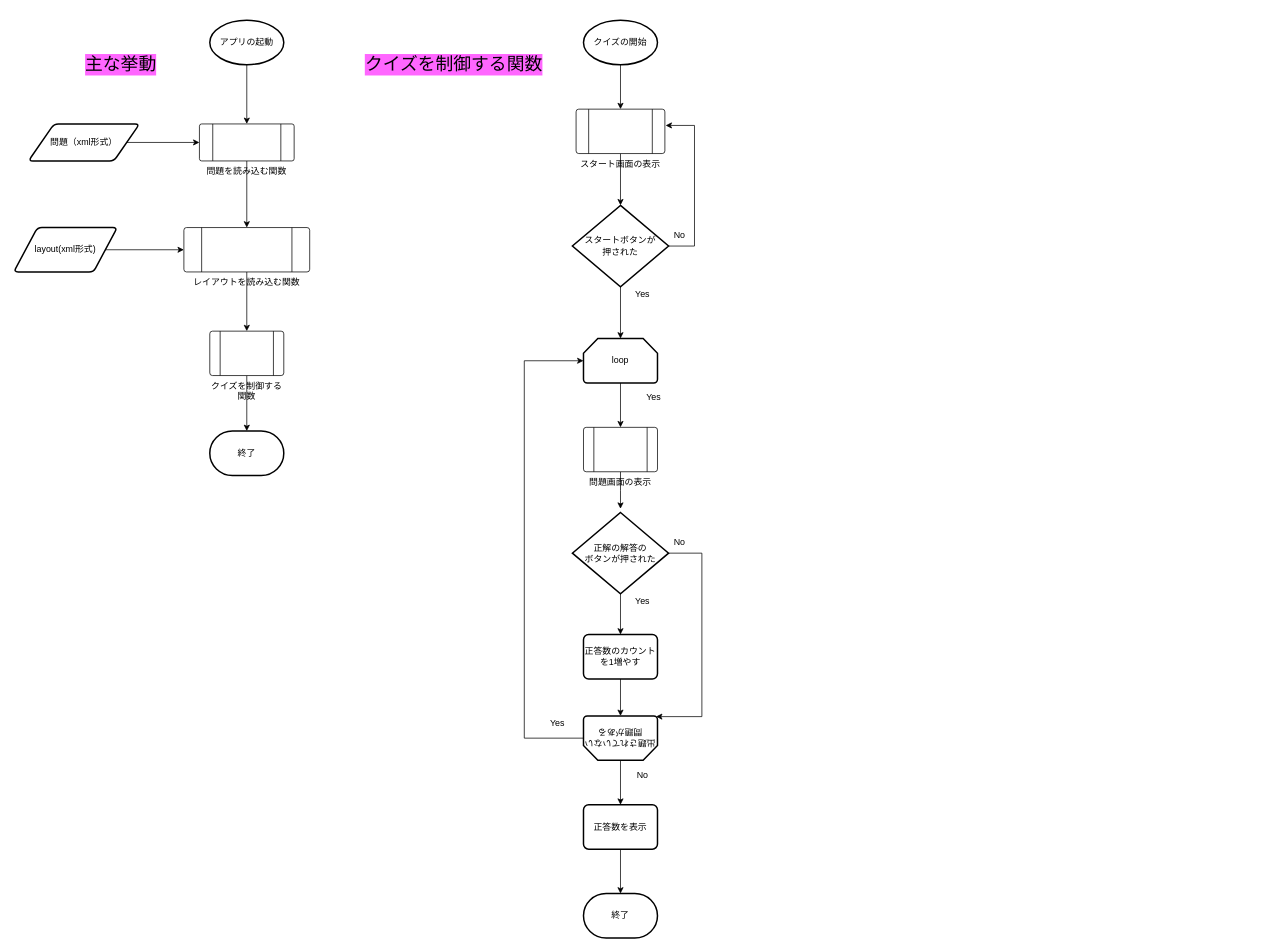
Above: DesignPropasal/FlowChart.drawio in Ochiai-Yuta/QuQuizApp (draw.io), before the change. Source tidied: cells renumbered, new cells numbered last; positions are measured from the earlier drawing's top-left corner, leaving out a move shared by most shapes. Both pictures are drawn from the tidied source at 74%, with x=0, y=0 at pixel (13, 20).
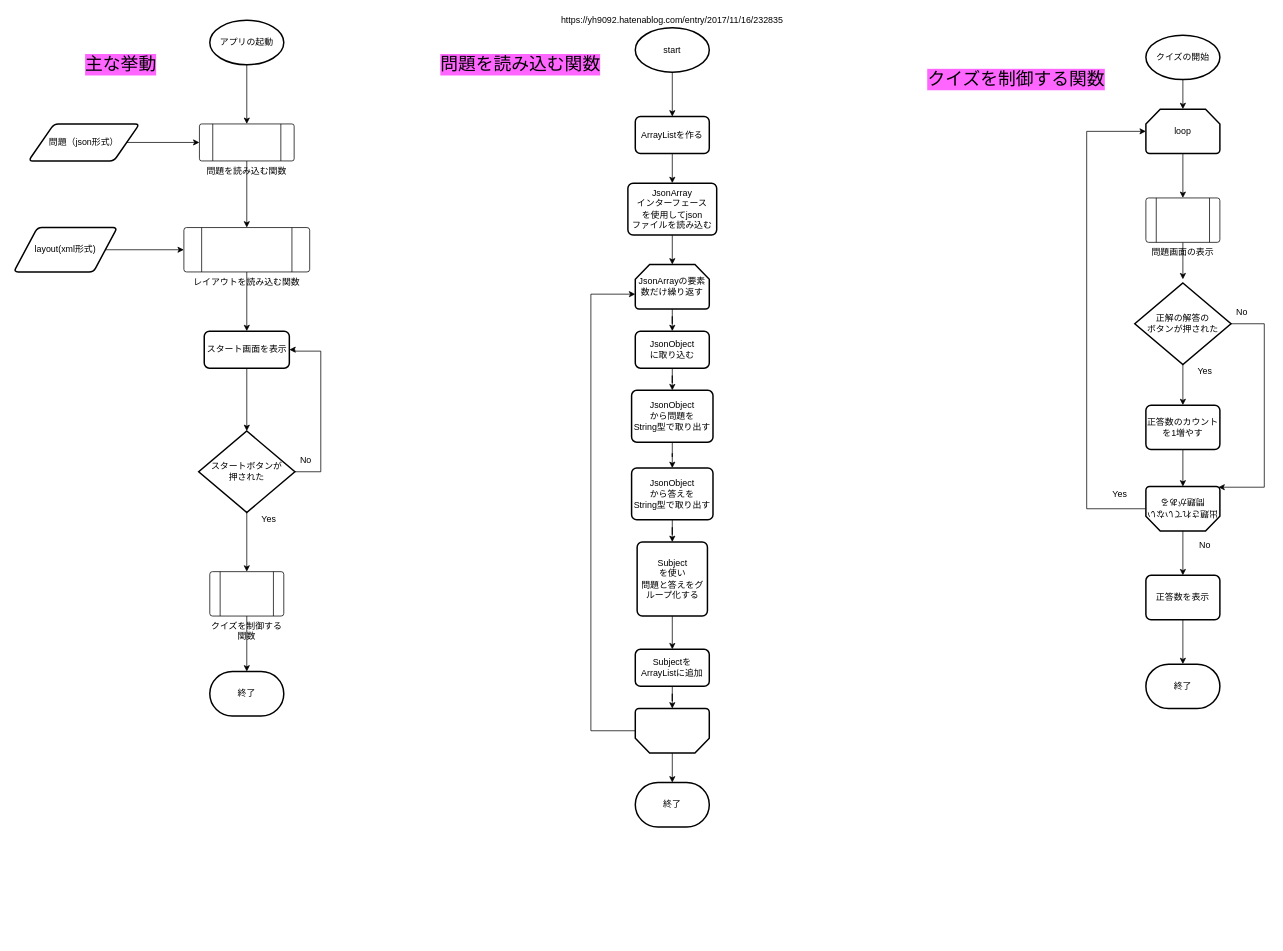
The same diagram, later.

Commit message:
フローチャートを更新

Unchanged cells that the change refers to:
```xml
<mxCell id="9" value="レイアウトを読み込む関数" style="verticalLabelPosition=bottom;verticalAlign=top;html=1;shape=process;whiteSpace=wrap;rounded=1;size=0.14;arcSize=6;" parent="1" vertex="1">
  <mxGeometry x="230" y="280" width="170" height="60" as="geometry" />
</mxCell>
```

Diff of the diagram source:
```diff
@@
-    <mxCell id="5" value="問題（xml形式）" style="shape=parallelogram;html=1;strokeWidth=2;perimeter=parallelogramPerimeter;whiteSpace=wrap;rounded=1;arcSize=12;size=0.23;" parent="1" vertex="1">
+    <mxCell id="5" value="問題（json形式）" style="shape=parallelogram;html=1;strokeWidth=2;perimeter=parallelogramPerimeter;whiteSpace=wrap;rounded=1;arcSize=12;size=0.23;" parent="1" vertex="1">
       <mxGeometry x="20" y="140" width="150" height="50" as="geometry" />
     </mxCell>
@@
-    <mxCell id="8" style="edgeStyle=orthogonalEdgeStyle;rounded=0;jettySize=auto;html=1;entryX=0.5;entryY=0;entryDx=0;entryDy=0;" parent="1" edge="1" source="9" target="13">
+    <mxCell id="8" style="edgeStyle=orthogonalEdgeStyle;rounded=0;jettySize=auto;html=1;entryX=0.5;entryY=0;entryDx=0;entryDy=0;" parent="1" edge="1" source="9" target="50">
       <mxGeometry relative="1" as="geometry" />
     </mxCell>
@@
     <mxCell id="13" value="クイズを制御する関数" style="verticalLabelPosition=bottom;verticalAlign=top;html=1;shape=process;whiteSpace=wrap;rounded=1;size=0.14;arcSize=6;" parent="1" vertex="1">
-      <mxGeometry x="265" y="420" width="100" height="60" as="geometry" />
+      <mxGeometry x="265" y="745" width="100" height="60" as="geometry" />
     </mxCell>
     <mxCell id="14" value="終了" style="strokeWidth=2;html=1;shape=mxgraph.flowchart.terminator;whiteSpace=wrap;" parent="1" vertex="1">
-      <mxGeometry x="265" y="555" width="100" height="60" as="geometry" />
+      <mxGeometry x="265" y="880" width="100" height="60" as="geometry" />
     </mxCell>
@@
     <mxCell id="16" value="クイズを制御する関数" style="text;html=1;strokeColor=none;fillColor=none;align=center;verticalAlign=middle;whiteSpace=wrap;rounded=0;labelBackgroundColor=#FF66FF;fontSize=24;" parent="1" vertex="1">
-      <mxGeometry x="470" y="50" width="250" height="20" as="geometry" />
+      <mxGeometry x="1230" y="70" width="250" height="20" as="geometry" />
     </mxCell>
-    <mxCell id="17" style="edgeStyle=orthogonalEdgeStyle;rounded=0;jettySize=auto;html=1;fontSize=12;" parent="1" edge="1" source="18" target="20">
+    <mxCell id="17" style="edgeStyle=orthogonalEdgeStyle;rounded=0;jettySize=auto;html=1;fontSize=12;entryX=0.5;entryY=0;entryDx=0;entryDy=0;entryPerimeter=0;" parent="1" edge="1" source="18" target="34">
       <mxGeometry relative="1" as="geometry" />
     </mxCell>
     <mxCell id="18" value="クイズの開始" style="strokeWidth=2;html=1;shape=mxgraph.flowchart.start_1;whiteSpace=wrap;labelBackgroundColor=none;fontSize=12;" parent="1" vertex="1">
-      <mxGeometry x="770" width="100" height="60" as="geometry" />
+      <mxGeometry x="1530" y="20" width="100" height="60" as="geometry" />
     </mxCell>
-    <mxCell id="19" style="edgeStyle=orthogonalEdgeStyle;rounded=0;jettySize=auto;html=1;fontSize=12;" parent="1" edge="1" source="20" target="23">
-      <mxGeometry relative="1" as="geometry" />
-    </mxCell>
-    <mxCell id="20" value="スタート画面の表示" style="verticalLabelPosition=bottom;verticalAlign=top;html=1;shape=process;whiteSpace=wrap;rounded=1;size=0.14;arcSize=6;labelBackgroundColor=none;fontSize=12;" parent="1" vertex="1">
-      <mxGeometry x="760" y="120" width="120" height="60" as="geometry" />
-    </mxCell>
-    <mxCell id="21" style="edgeStyle=orthogonalEdgeStyle;rounded=0;jettySize=auto;html=1;fontSize=12;entryX=0.5;entryY=0;entryDx=0;entryDy=0;entryPerimeter=0;" parent="1" edge="1" source="23" target="34">
-      <mxGeometry relative="1" as="geometry" />
-    </mxCell>
-    <mxCell id="22" style="edgeStyle=orthogonalEdgeStyle;rounded=0;jettySize=auto;html=1;entryX=1.008;entryY=0.367;entryDx=0;entryDy=0;entryPerimeter=0;fontSize=12;" parent="1" edge="1" source="23" target="20">
-      <mxGeometry relative="1" as="geometry">
-        <Array as="points">
-          <mxPoint x="920" y="305" />
-          <mxPoint x="920" y="142" />
-        </Array>
-      </mxGeometry>
-    </mxCell>
-    <mxCell id="23" value="&lt;div&gt;スタートボタンが&lt;/div&gt;&lt;div&gt;押された&lt;/div&gt;" style="strokeWidth=2;html=1;shape=mxgraph.flowchart.decision;whiteSpace=wrap;labelBackgroundColor=none;fontSize=12;" parent="1" vertex="1">
-      <mxGeometry x="755" y="250" width="130" height="110" as="geometry" />
-    </mxCell>
     <mxCell id="24" style="edgeStyle=orthogonalEdgeStyle;rounded=0;jettySize=auto;html=1;fontSize=12;" parent="1" edge="1" source="25">
       <mxGeometry relative="1" as="geometry">
-        <mxPoint x="820" y="660" as="targetPoint" />
+        <mxPoint x="1580" y="350" as="targetPoint" />
       </mxGeometry>
     </mxCell>
     <mxCell id="25" value="問題画面の表示" style="verticalLabelPosition=bottom;verticalAlign=top;html=1;shape=process;whiteSpace=wrap;rounded=1;size=0.14;arcSize=6;labelBackgroundColor=none;fontSize=12;" parent="1" vertex="1">
-      <mxGeometry x="770" y="550" width="100" height="60" as="geometry" />
+      <mxGeometry x="1530" y="240" width="100" height="60" as="geometry" />
     </mxCell>
-    <mxCell id="26" value="Yes" style="text;html=1;strokeColor=none;fillColor=none;align=center;verticalAlign=middle;whiteSpace=wrap;rounded=0;labelBackgroundColor=none;fontSize=12;" parent="1" vertex="1">
-      <mxGeometry x="830" y="360" width="40" height="20" as="geometry" />
-    </mxCell>
-    <mxCell id="27" value="No" style="text;html=1;strokeColor=none;fillColor=none;align=center;verticalAlign=middle;whiteSpace=wrap;rounded=0;labelBackgroundColor=none;fontSize=12;" parent="1" vertex="1">
-      <mxGeometry x="880" y="280" width="40" height="20" as="geometry" />
-    </mxCell>
     <mxCell id="28" style="edgeStyle=orthogonalEdgeStyle;rounded=0;jettySize=auto;html=1;entryX=0.02;entryY=0.985;entryDx=0;entryDy=0;entryPerimeter=0;fontSize=12;" parent="1" edge="1" source="30" target="40">
       <mxGeometry relative="1" as="geometry">
         <Array as="points">
-          <mxPoint x="930" y="720" />
-          <mxPoint x="930" y="941" />
+          <mxPoint x="1690" y="410" />
+          <mxPoint x="1690" y="631" />
         </Array>
       </mxGeometry>
     </mxCell>
@@
     <mxCell id="30" value="&lt;div&gt;正解の解答の&lt;/div&gt;&lt;div&gt;ボタンが押された&lt;br&gt;&lt;/div&gt;" style="strokeWidth=2;html=1;shape=mxgraph.flowchart.decision;whiteSpace=wrap;labelBackgroundColor=none;fontSize=12;" parent="1" vertex="1">
-      <mxGeometry x="755" y="665" width="130" height="110" as="geometry" />
+      <mxGeometry x="1515" y="355" width="130" height="110" as="geometry" />
     </mxCell>
     <mxCell id="31" value="Yes" style="text;html=1;strokeColor=none;fillColor=none;align=center;verticalAlign=middle;whiteSpace=wrap;rounded=0;labelBackgroundColor=none;fontSize=12;" parent="1" vertex="1">
-      <mxGeometry x="830" y="775" width="40" height="20" as="geometry" />
+      <mxGeometry x="1590" y="465" width="40" height="20" as="geometry" />
     </mxCell>
     <mxCell id="32" value="No" style="text;html=1;strokeColor=none;fillColor=none;align=center;verticalAlign=middle;whiteSpace=wrap;rounded=0;labelBackgroundColor=none;fontSize=12;" parent="1" vertex="1">
-      <mxGeometry x="880" y="695" width="40" height="20" as="geometry" />
+      <mxGeometry x="1640" y="385" width="40" height="20" as="geometry" />
     </mxCell>
@@
     <mxCell id="34" value="loop" style="strokeWidth=2;html=1;shape=mxgraph.flowchart.loop_limit;whiteSpace=wrap;labelBackgroundColor=none;fontSize=12;" parent="1" vertex="1">
-      <mxGeometry x="770" y="430" width="100" height="60" as="geometry" />
+      <mxGeometry x="1530" y="120" width="100" height="60" as="geometry" />
     </mxCell>
-    <mxCell id="35" value="Yes" style="text;html=1;strokeColor=none;fillColor=none;align=center;verticalAlign=middle;whiteSpace=wrap;rounded=0;labelBackgroundColor=none;fontSize=12;" parent="1" vertex="1">
-      <mxGeometry x="845" y="500" width="40" height="20" as="geometry" />
-    </mxCell>
@@
     <mxCell id="37" value="正答数のカウントを1増やす" style="rounded=1;whiteSpace=wrap;html=1;absoluteArcSize=1;arcSize=14;strokeWidth=2;labelBackgroundColor=none;fontSize=12;" parent="1" vertex="1">
-      <mxGeometry x="770" y="830" width="100" height="60" as="geometry" />
+      <mxGeometry x="1530" y="520" width="100" height="60" as="geometry" />
     </mxCell>
     <mxCell id="38" style="edgeStyle=orthogonalEdgeStyle;rounded=0;jettySize=auto;html=1;entryX=0;entryY=0.5;entryDx=0;entryDy=0;entryPerimeter=0;fontSize=12;" parent="1" edge="1" source="40" target="34">
       <mxGeometry relative="1" as="geometry">
         <Array as="points">
-          <mxPoint x="690" y="970" />
-          <mxPoint x="690" y="460" />
+          <mxPoint x="1450" y="660" />
+          <mxPoint x="1450" y="150" />
         </Array>
       </mxGeometry>
     </mxCell>
@@
     <mxCell id="40" value="出題されていない問題がある" style="strokeWidth=2;html=1;shape=mxgraph.flowchart.loop_limit;whiteSpace=wrap;labelBackgroundColor=none;fontSize=12;rotation=-180;" parent="1" vertex="1">
-      <mxGeometry x="770" y="940" width="100" height="60" as="geometry" />
+      <mxGeometry x="1530" y="630" width="100" height="60" as="geometry" />
     </mxCell>
     <mxCell id="41" value="Yes" style="text;html=1;strokeColor=none;fillColor=none;align=center;verticalAlign=middle;whiteSpace=wrap;rounded=0;labelBackgroundColor=none;fontSize=12;" parent="1" vertex="1">
-      <mxGeometry x="715" y="940" width="40" height="20" as="geometry" />
+      <mxGeometry x="1475" y="630" width="40" height="20" as="geometry" />
     </mxCell>
     <mxCell id="42" value="No" style="text;html=1;strokeColor=none;fillColor=none;align=center;verticalAlign=middle;whiteSpace=wrap;rounded=0;labelBackgroundColor=none;fontSize=12;" parent="1" vertex="1">
-      <mxGeometry x="830" y="1010" width="40" height="20" as="geometry" />
+      <mxGeometry x="1590" y="700" width="40" height="20" as="geometry" />
     </mxCell>
@@
     <mxCell id="44" value="正答数を表示" style="rounded=1;whiteSpace=wrap;html=1;absoluteArcSize=1;arcSize=14;strokeWidth=2;labelBackgroundColor=none;fontSize=12;" parent="1" vertex="1">
-      <mxGeometry x="770" y="1060" width="100" height="60" as="geometry" />
+      <mxGeometry x="1530" y="750" width="100" height="60" as="geometry" />
     </mxCell>
     <mxCell id="45" value="終了" style="strokeWidth=2;html=1;shape=mxgraph.flowchart.terminator;whiteSpace=wrap;labelBackgroundColor=none;fontSize=12;" parent="1" vertex="1">
-      <mxGeometry x="770" y="1180" width="100" height="60" as="geometry" />
+      <mxGeometry x="1530" y="870" width="100" height="60" as="geometry" />
     </mxCell>
+    <mxCell id="46" style="edgeStyle=orthogonalEdgeStyle;rounded=0;jettySize=auto;html=1;fontSize=12;exitX=0.5;exitY=1;exitDx=0;exitDy=0;" parent="1" edge="1" source="50" target="23">
+      <mxGeometry relative="1" as="geometry" />
+    </mxCell>
+    <mxCell id="47" style="edgeStyle=orthogonalEdgeStyle;rounded=0;jettySize=auto;html=1;fontSize=12;entryX=0.5;entryY=0;entryDx=0;entryDy=0;" parent="1" edge="1" source="23" target="13">
+      <mxGeometry relative="1" as="geometry" />
+    </mxCell>
+    <mxCell id="48" style="edgeStyle=orthogonalEdgeStyle;rounded=0;jettySize=auto;html=1;entryX=1;entryY=0.5;entryDx=0;entryDy=0;fontSize=12;" parent="1" edge="1" source="23" target="50">
+      <mxGeometry relative="1" as="geometry">
+        <Array as="points">
+          <mxPoint x="415" y="610" />
+          <mxPoint x="415" y="447" />
+          <mxPoint x="380" y="447" />
+        </Array>
+      </mxGeometry>
+    </mxCell>
+    <mxCell id="23" value="&lt;div&gt;スタートボタンが&lt;/div&gt;&lt;div&gt;押された&lt;/div&gt;" style="strokeWidth=2;html=1;shape=mxgraph.flowchart.decision;whiteSpace=wrap;labelBackgroundColor=none;fontSize=12;" parent="1" vertex="1">
+      <mxGeometry x="250" y="555" width="130" height="110" as="geometry" />
+    </mxCell>
+    <mxCell id="49" value="Yes" style="text;html=1;strokeColor=none;fillColor=none;align=center;verticalAlign=middle;whiteSpace=wrap;rounded=0;labelBackgroundColor=none;fontSize=12;" parent="1" vertex="1">
+      <mxGeometry x="325" y="665" width="40" height="20" as="geometry" />
+    </mxCell>
+    <mxCell id="27" value="No" style="text;html=1;strokeColor=none;fillColor=none;align=center;verticalAlign=middle;whiteSpace=wrap;rounded=0;labelBackgroundColor=none;fontSize=12;" parent="1" vertex="1">
+      <mxGeometry x="375" y="585" width="40" height="20" as="geometry" />
+    </mxCell>
+    <mxCell id="50" value="スタート画面を表示" style="rounded=1;whiteSpace=wrap;html=1;absoluteArcSize=1;arcSize=14;strokeWidth=2;" parent="1" vertex="1">
+      <mxGeometry x="257.5" y="420" width="115" height="50" as="geometry" />
+    </mxCell>
+    <mxCell id="51" value="問題を読み込む関数" style="text;html=1;strokeColor=none;fillColor=none;align=center;verticalAlign=middle;whiteSpace=wrap;rounded=0;labelBackgroundColor=#FF66FF;fontSize=24;" parent="1" vertex="1">
+      <mxGeometry x="570" y="50" width="230" height="20" as="geometry" />
+    </mxCell>
+    <mxCell id="52" style="edgeStyle=orthogonalEdgeStyle;rounded=0;jettySize=auto;html=1;entryX=0.5;entryY=0;entryDx=0;entryDy=0;" parent="1" edge="1" source="53" target="57">
+      <mxGeometry relative="1" as="geometry" />
+    </mxCell>
+    <mxCell id="53" value="start" style="strokeWidth=2;html=1;shape=mxgraph.flowchart.start_1;whiteSpace=wrap;" parent="1" vertex="1">
+      <mxGeometry x="840" y="10" width="100" height="60" as="geometry" />
+    </mxCell>
+    <mxCell id="54" style="edgeStyle=orthogonalEdgeStyle;rounded=0;jettySize=auto;html=1;entryX=0.5;entryY=0;entryDx=0;entryDy=0;entryPerimeter=0;" parent="1" edge="1" source="55" target="69">
+      <mxGeometry relative="1" as="geometry" />
+    </mxCell>
+    <mxCell id="55" value="&lt;div&gt;JsonArray&lt;/div&gt;&lt;div&gt;インターフェース&lt;/div&gt;&lt;div&gt;を使用してjson&lt;/div&gt;&lt;div&gt;ファイルを読み込む&lt;br&gt;&lt;/div&gt;" style="rounded=1;whiteSpace=wrap;html=1;absoluteArcSize=1;arcSize=14;strokeWidth=2;" parent="1" vertex="1">
+      <mxGeometry x="830" y="220" width="120" height="70" as="geometry" />
+    </mxCell>
+    <mxCell id="56" style="edgeStyle=orthogonalEdgeStyle;rounded=0;jettySize=auto;html=1;entryX=0.5;entryY=0;entryDx=0;entryDy=0;" parent="1" edge="1" source="57" target="55">
+      <mxGeometry relative="1" as="geometry" />
+    </mxCell>
+    <mxCell id="57" value="ArrayListを作る" style="rounded=1;whiteSpace=wrap;html=1;absoluteArcSize=1;arcSize=14;strokeWidth=2;" parent="1" vertex="1">
+      <mxGeometry x="840" y="130" width="100" height="50" as="geometry" />
+    </mxCell>
+    <mxCell id="58" style="edgeStyle=orthogonalEdgeStyle;rounded=0;jettySize=auto;html=1;entryX=0.5;entryY=0;entryDx=0;entryDy=0;" parent="1" edge="1" source="59" target="61">
+      <mxGeometry relative="1" as="geometry" />
+    </mxCell>
+    <mxCell id="59" value="&lt;div&gt;JsonObject&lt;/div&gt;&lt;div&gt;に取り込む&lt;br&gt;&lt;/div&gt;" style="rounded=1;whiteSpace=wrap;html=1;absoluteArcSize=1;arcSize=14;strokeWidth=2;" parent="1" vertex="1">
+      <mxGeometry x="840" y="420" width="100" height="50" as="geometry" />
+    </mxCell>
+    <mxCell id="60" style="edgeStyle=orthogonalEdgeStyle;rounded=0;jettySize=auto;html=1;entryX=0.5;entryY=0;entryDx=0;entryDy=0;" parent="1" edge="1" source="61" target="63">
+      <mxGeometry relative="1" as="geometry" />
+    </mxCell>
+    <mxCell id="61" value="&lt;div&gt;JsonObject&lt;/div&gt;&lt;div&gt;から問題を&lt;/div&gt;&lt;div&gt;String型で取り出す&lt;br&gt;&lt;/div&gt;" style="rounded=1;whiteSpace=wrap;html=1;absoluteArcSize=1;arcSize=14;strokeWidth=2;" parent="1" vertex="1">
+      <mxGeometry x="835" y="500" width="110" height="70" as="geometry" />
+    </mxCell>
+    <mxCell id="62" style="edgeStyle=orthogonalEdgeStyle;rounded=0;jettySize=auto;html=1;entryX=0.5;entryY=0;entryDx=0;entryDy=0;" parent="1" edge="1" source="63" target="65">
+      <mxGeometry relative="1" as="geometry" />
+    </mxCell>
+    <mxCell id="63" value="&lt;div&gt;JsonObject&lt;/div&gt;&lt;div&gt;から答えを&lt;/div&gt;&lt;div&gt;String型で取り出す&lt;br&gt;&lt;/div&gt;" style="rounded=1;whiteSpace=wrap;html=1;absoluteArcSize=1;arcSize=14;strokeWidth=2;" parent="1" vertex="1">
+      <mxGeometry x="835" y="605" width="110" height="70" as="geometry" />
+    </mxCell>
+    <mxCell id="64" style="edgeStyle=orthogonalEdgeStyle;rounded=0;jettySize=auto;html=1;entryX=0.5;entryY=0;entryDx=0;entryDy=0;" parent="1" edge="1" source="65" target="67">
+      <mxGeometry relative="1" as="geometry" />
+    </mxCell>
+    <mxCell id="65" value="Subject&lt;br&gt;を使い&lt;br&gt;問題と答えをグループ化する" style="rounded=1;whiteSpace=wrap;html=1;absoluteArcSize=1;arcSize=14;strokeWidth=2;" parent="1" vertex="1">
+      <mxGeometry x="842.5" y="705" width="95" height="100" as="geometry" />
+    </mxCell>
+    <mxCell id="66" style="edgeStyle=orthogonalEdgeStyle;rounded=0;jettySize=auto;html=1;entryX=0.5;entryY=1;entryDx=0;entryDy=0;entryPerimeter=0;" parent="1" edge="1" source="67" target="72">
+      <mxGeometry relative="1" as="geometry" />
+    </mxCell>
+    <mxCell id="67" value="Subjectを&lt;br&gt;ArrayListに追加" style="rounded=1;whiteSpace=wrap;html=1;absoluteArcSize=1;arcSize=14;strokeWidth=2;" parent="1" vertex="1">
+      <mxGeometry x="840" y="850" width="100" height="50" as="geometry" />
+    </mxCell>
+    <mxCell id="68" style="edgeStyle=orthogonalEdgeStyle;rounded=0;jettySize=auto;html=1;entryX=0.5;entryY=0;entryDx=0;entryDy=0;" parent="1" edge="1" source="69" target="59">
+      <mxGeometry relative="1" as="geometry" />
+    </mxCell>
+    <mxCell id="69" value="JsonArrayの要素数だけ繰り返す" style="strokeWidth=2;html=1;shape=mxgraph.flowchart.loop_limit;whiteSpace=wrap;" parent="1" vertex="1">
+      <mxGeometry x="840" y="330" width="100" height="60" as="geometry" />
+    </mxCell>
+    <mxCell id="70" style="edgeStyle=orthogonalEdgeStyle;rounded=0;jettySize=auto;html=1;entryX=0;entryY=0.667;entryDx=0;entryDy=0;entryPerimeter=0;" parent="1" edge="1" source="72" target="69">
+      <mxGeometry relative="1" as="geometry">
+        <Array as="points">
+          <mxPoint x="780" y="960" />
+          <mxPoint x="780" y="370" />
+        </Array>
+      </mxGeometry>
+    </mxCell>
+    <mxCell id="71" style="edgeStyle=orthogonalEdgeStyle;rounded=0;jettySize=auto;html=1;" parent="1" edge="1" source="72" target="73">
+      <mxGeometry relative="1" as="geometry" />
+    </mxCell>
+    <mxCell id="72" style="strokeWidth=2;html=1;shape=mxgraph.flowchart.loop_limit;whiteSpace=wrap;rotation=-180;" parent="1" vertex="1">
+      <mxGeometry x="840" y="930" width="100" height="60" as="geometry" />
+    </mxCell>
+    <mxCell id="73" value="終了" style="strokeWidth=2;html=1;shape=mxgraph.flowchart.terminator;whiteSpace=wrap;" parent="1" vertex="1">
+      <mxGeometry x="840" y="1030" width="100" height="60" as="geometry" />
+    </mxCell>
+    <mxCell id="74" value="https://yh9092.hatenablog.com/entry/2017/11/16/232835" style="text;html=1;strokeColor=none;fillColor=none;align=center;verticalAlign=middle;whiteSpace=wrap;rounded=0;" parent="1" vertex="1">
+      <mxGeometry x="720" y="-10" width="340" height="20" as="geometry" />
+    </mxCell>
```
